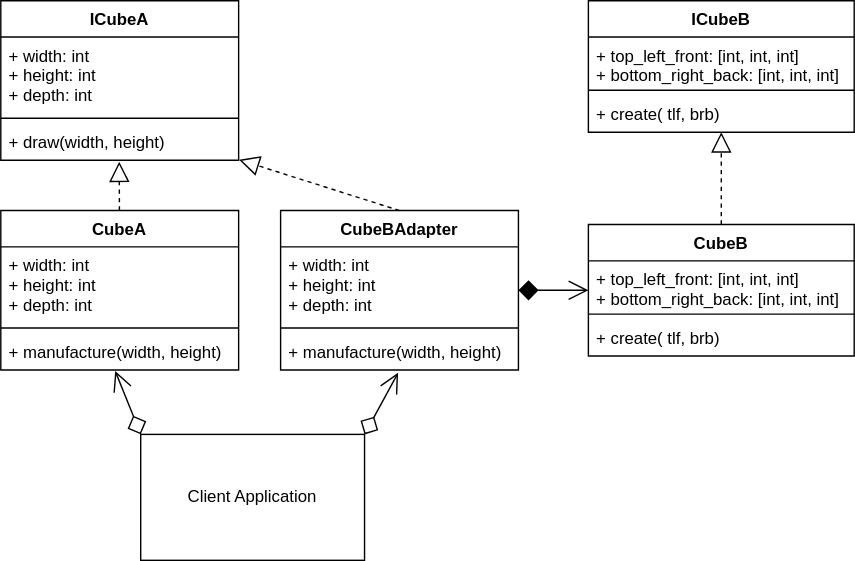
This is img/adapter_example.svg from Sean-Bradley/Design-Patterns-In-Python, a draw.io export, as it was before one commit. Source tidied: cells renumbered, new cells last; positions are measured from the earlier drawing's top-left corner, leaving out a move shared by most shapes.
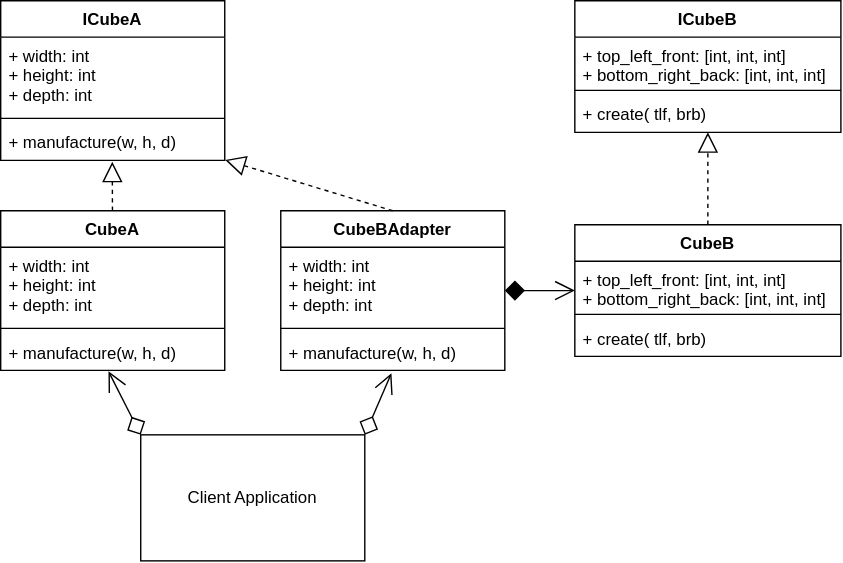
After the commit.

What changed in the source:
```diff
@@ -21,31 +21,31 @@
       <mxGeometry relative="1" as="geometry" />
     </mxCell>
     <mxCell id="8" value="ICubeA" style="swimlane;fontStyle=1;align=center;verticalAlign=top;horizontal=1;startSize=26;" parent="1" vertex="1">
-      <mxGeometry width="170" height="114" as="geometry" />
+      <mxGeometry width="160" height="114" as="geometry" />
     </mxCell>
     <mxCell id="9" value="+ width: int&#10;+ height: int&#10;+ depth: int" style="text;strokeColor=none;fillColor=none;align=left;verticalAlign=top;spacingLeft=4;spacingRight=4;overflow=hidden;" parent="8" vertex="1">
-      <mxGeometry y="26" width="170" height="54" as="geometry" />
+      <mxGeometry y="26" width="160" height="54" as="geometry" />
     </mxCell>
     <mxCell id="10" style="line;strokeWidth=1;fillColor=none;align=left;verticalAlign=middle;spacingTop=-1;spacingLeft=3;spacingRight=3;labelPosition=right;" parent="8" vertex="1">
-      <mxGeometry y="80" width="170" height="8" as="geometry" />
+      <mxGeometry y="80" width="160" height="8" as="geometry" />
     </mxCell>
-    <mxCell id="11" value="+ draw(width, height)" style="text;strokeColor=none;fillColor=none;align=left;verticalAlign=top;spacingLeft=4;spacingRight=4;overflow=hidden;points=[[0,0.5],[1,0.5]];portConstraint=eastwest;" parent="8" vertex="1">
-      <mxGeometry y="88" width="170" height="26" as="geometry" />
+    <mxCell id="11" value="+ manufacture(w, h, d)" style="text;strokeColor=none;fillColor=none;align=left;verticalAlign=top;spacingLeft=4;spacingRight=4;overflow=hidden;points=[[0,0.5],[1,0.5]];portConstraint=eastwest;" parent="8" vertex="1">
+      <mxGeometry y="88" width="160" height="26" as="geometry" />
     </mxCell>
     <mxCell id="12" value="CubeA" style="swimlane;fontStyle=1;align=center;verticalAlign=top;horizontal=1;startSize=26;" parent="1" vertex="1">
-      <mxGeometry y="150" width="170" height="114" as="geometry" />
+      <mxGeometry y="150" width="160" height="114" as="geometry" />
     </mxCell>
     <mxCell id="13" value="+ width: int&#10;+ height: int&#10;+ depth: int" style="text;strokeColor=none;fillColor=none;align=left;verticalAlign=top;spacingLeft=4;spacingRight=4;overflow=hidden;" parent="12" vertex="1">
-      <mxGeometry y="26" width="170" height="54" as="geometry" />
+      <mxGeometry y="26" width="160" height="54" as="geometry" />
     </mxCell>
     <mxCell id="14" style="line;strokeWidth=1;fillColor=none;align=left;verticalAlign=middle;spacingTop=-1;spacingLeft=3;spacingRight=3;labelPosition=right;" parent="12" vertex="1">
-      <mxGeometry y="80" width="170" height="8" as="geometry" />
+      <mxGeometry y="80" width="160" height="8" as="geometry" />
     </mxCell>
-    <mxCell id="15" value="+ manufacture(width, height)" style="text;strokeColor=none;fillColor=none;align=left;verticalAlign=top;spacingLeft=4;spacingRight=4;overflow=hidden;points=[[0,0.5],[1,0.5]];portConstraint=eastwest;" parent="12" vertex="1">
-      <mxGeometry y="88" width="170" height="26" as="geometry" />
+    <mxCell id="15" value="+ manufacture(w, h, d)" style="text;strokeColor=none;fillColor=none;align=left;verticalAlign=top;spacingLeft=4;spacingRight=4;overflow=hidden;points=[[0,0.5],[1,0.5]];portConstraint=eastwest;" parent="12" vertex="1">
+      <mxGeometry y="88" width="160" height="26" as="geometry" />
     </mxCell>
     <mxCell id="16" value="CubeB" style="swimlane;fontStyle=1;align=center;verticalAlign=top;horizontal=1;startSize=26;" parent="1" vertex="1">
-      <mxGeometry x="420" y="160" width="190" height="94" as="geometry" />
+      <mxGeometry x="410" y="160" width="190" height="94" as="geometry" />
     </mxCell>
     <mxCell id="17" value="+ top_left_front: [int, int, int]&#10;+ bottom_right_back: [int, int, int]" style="text;strokeColor=none;fillColor=none;align=left;verticalAlign=top;spacingLeft=4;spacingRight=4;overflow=hidden;" parent="16" vertex="1">
       <mxGeometry y="26" width="190" height="34" as="geometry" />
@@ -57,7 +57,7 @@
       <mxGeometry y="68" width="190" height="26" as="geometry" />
     </mxCell>
     <mxCell id="20" value="ICubeB" style="swimlane;fontStyle=1;align=center;verticalAlign=top;horizontal=1;startSize=26;" parent="1" vertex="1">
-      <mxGeometry x="420" width="190" height="94" as="geometry" />
+      <mxGeometry x="410" width="190" height="94" as="geometry" />
     </mxCell>
     <mxCell id="21" value="+ top_left_front: [int, int, int]&#10;+ bottom_right_back: [int, int, int]" style="text;strokeColor=none;fillColor=none;align=left;verticalAlign=top;spacingLeft=4;spacingRight=4;overflow=hidden;" parent="20" vertex="1">
       <mxGeometry y="26" width="190" height="34" as="geometry" />
@@ -69,16 +69,16 @@
       <mxGeometry y="68" width="190" height="26" as="geometry" />
     </mxCell>
     <mxCell id="24" value="CubeBAdapter" style="swimlane;fontStyle=1;align=center;verticalAlign=top;horizontal=1;startSize=26;" parent="1" vertex="1">
-      <mxGeometry x="200" y="150" width="170" height="114" as="geometry" />
+      <mxGeometry x="200" y="150" width="160" height="114" as="geometry" />
     </mxCell>
     <mxCell id="25" value="+ width: int&#10;+ height: int&#10;+ depth: int" style="text;strokeColor=none;fillColor=none;align=left;verticalAlign=top;spacingLeft=4;spacingRight=4;overflow=hidden;" parent="24" vertex="1">
-      <mxGeometry y="26" width="170" height="54" as="geometry" />
+      <mxGeometry y="26" width="160" height="54" as="geometry" />
     </mxCell>
     <mxCell id="26" style="line;strokeWidth=1;fillColor=none;align=left;verticalAlign=middle;spacingTop=-1;spacingLeft=3;spacingRight=3;labelPosition=right;" parent="24" vertex="1">
-      <mxGeometry y="80" width="170" height="8" as="geometry" />
+      <mxGeometry y="80" width="160" height="8" as="geometry" />
     </mxCell>
-    <mxCell id="27" value="+ manufacture(width, height)" style="text;strokeColor=none;fillColor=none;align=left;verticalAlign=top;spacingLeft=4;spacingRight=4;overflow=hidden;points=[[0,0.5],[1,0.5]];portConstraint=eastwest;" parent="24" vertex="1">
-      <mxGeometry y="88" width="170" height="26" as="geometry" />
+    <mxCell id="27" value="+ manufacture(w, h, d)" style="text;strokeColor=none;fillColor=none;align=left;verticalAlign=top;spacingLeft=4;spacingRight=4;overflow=hidden;points=[[0,0.5],[1,0.5]];portConstraint=eastwest;" parent="24" vertex="1">
+      <mxGeometry y="88" width="160" height="26" as="geometry" />
     </mxCell>
     <mxCell id="28" style="rounded=0;jettySize=auto;html=1;endArrow=block;endFill=0;dashed=1;startSize=6;endSize=12;exitX=0.5;exitY=0;exitDx=0;exitDy=0;entryX=1.002;entryY=0.987;entryDx=0;entryDy=0;entryPerimeter=0;" parent="1" edge="1" source="24" target="11">
       <mxGeometry relative="1" as="geometry" />
```
